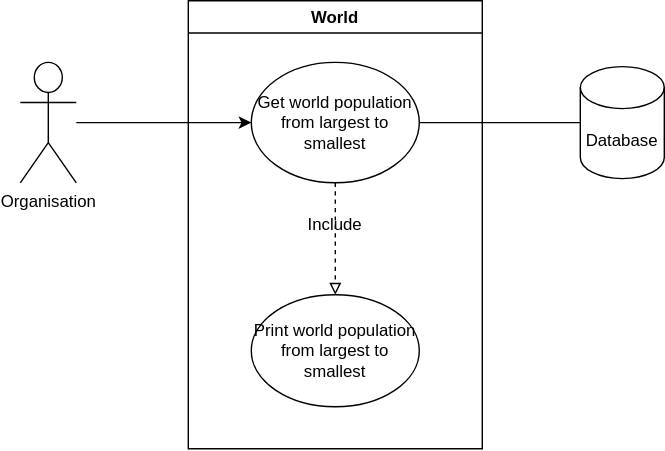
This is use-cases/Capital diagram.svg from RoryM18/sem_group20, a draw.io export, as it was before one commit. Source tidied: cells renumbered, new cells last; positions are measured from the earlier drawing's top-left corner, leaving out a move shared by most shapes. Source of this version:
```xml
<mxGraphModel>
  <root>
    <mxCell id="0" />
    <mxCell id="1" parent="0" />
    <mxCell id="2" value="World" style="swimlane;" parent="1" vertex="1">
      <mxGeometry x="120" width="210" height="320" as="geometry" />
    </mxCell>
    <mxCell id="3" style="edgeStyle=orthogonalEdgeStyle;rounded=0;jettySize=auto;html=1;exitX=0.5;exitY=1;exitDx=0;exitDy=0;entryX=0.5;entryY=0;entryDx=0;entryDy=0;endArrow=block;endFill=0;dashed=1;" parent="2" edge="1" source="4" target="5">
      <mxGeometry relative="1" as="geometry" />
    </mxCell>
    <mxCell id="4" value="Get world population from largest to smallest" style="ellipse;whiteSpace=wrap;html=1;" parent="2" vertex="1">
      <mxGeometry x="45" y="44" width="120" height="86" as="geometry" />
    </mxCell>
    <mxCell id="5" value="Print world population from largest to smallest" style="ellipse;whiteSpace=wrap;html=1;" parent="2" vertex="1">
      <mxGeometry x="45" y="210" width="120" height="80" as="geometry" />
    </mxCell>
    <mxCell id="6" value="Include" style="text;html=1;strokeColor=none;fillColor=none;align=center;verticalAlign=middle;whiteSpace=wrap;rounded=0;" parent="2" vertex="1">
      <mxGeometry x="75" y="145" width="60" height="30" as="geometry" />
    </mxCell>
    <mxCell id="7" style="edgeStyle=orthogonalEdgeStyle;rounded=0;jettySize=auto;html=1;entryX=0;entryY=0.5;entryDx=0;entryDy=0;endArrow=classic;endFill=1;" parent="1" edge="1" source="8" target="4">
      <mxGeometry relative="1" as="geometry" />
    </mxCell>
    <mxCell id="8" value="Organisation" style="shape=umlActor;verticalLabelPosition=bottom;verticalAlign=top;html=1;outlineConnect=0;" parent="1" vertex="1">
      <mxGeometry y="44" width="40" height="86" as="geometry" />
    </mxCell>
    <mxCell id="9" style="edgeStyle=orthogonalEdgeStyle;rounded=0;jettySize=auto;html=1;entryX=1;entryY=0.5;entryDx=0;entryDy=0;endArrow=none;endFill=0;" parent="1" edge="1" source="10" target="4">
      <mxGeometry relative="1" as="geometry" />
    </mxCell>
    <mxCell id="10" value="Database" style="shape=cylinder3;whiteSpace=wrap;html=1;boundedLbl=1;backgroundOutline=1;size=15;" parent="1" vertex="1">
      <mxGeometry x="400" y="47" width="60" height="80" as="geometry" />
    </mxCell>
  </root>
</mxGraphModel>
```
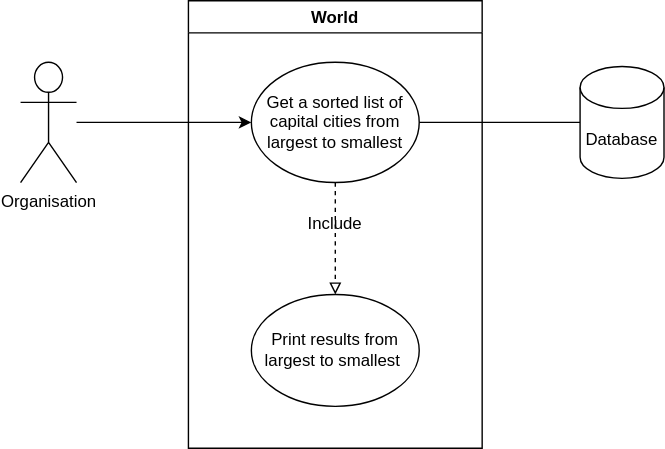
Later version of the same file.

Commit message:
User diagram for user case of capital

Diff of the diagram source:
```diff
@@ -8,10 +8,10 @@
     <mxCell id="3" style="edgeStyle=orthogonalEdgeStyle;rounded=0;jettySize=auto;html=1;exitX=0.5;exitY=1;exitDx=0;exitDy=0;entryX=0.5;entryY=0;entryDx=0;entryDy=0;endArrow=block;endFill=0;dashed=1;" parent="2" edge="1" source="4" target="5">
       <mxGeometry relative="1" as="geometry" />
     </mxCell>
-    <mxCell id="4" value="Get world population from largest to smallest" style="ellipse;whiteSpace=wrap;html=1;" parent="2" vertex="1">
+    <mxCell id="4" value="Get a sorted list of capital cities from largest to smallest" style="ellipse;whiteSpace=wrap;html=1;" parent="2" vertex="1">
       <mxGeometry x="45" y="44" width="120" height="86" as="geometry" />
     </mxCell>
-    <mxCell id="5" value="Print world population from largest to smallest" style="ellipse;whiteSpace=wrap;html=1;" parent="2" vertex="1">
+    <mxCell id="5" value="Print results from largest to smallest&amp;nbsp;" style="ellipse;whiteSpace=wrap;html=1;" parent="2" vertex="1">
       <mxGeometry x="45" y="210" width="120" height="80" as="geometry" />
     </mxCell>
     <mxCell id="6" value="Include" style="text;html=1;strokeColor=none;fillColor=none;align=center;verticalAlign=middle;whiteSpace=wrap;rounded=0;" parent="2" vertex="1">
```
